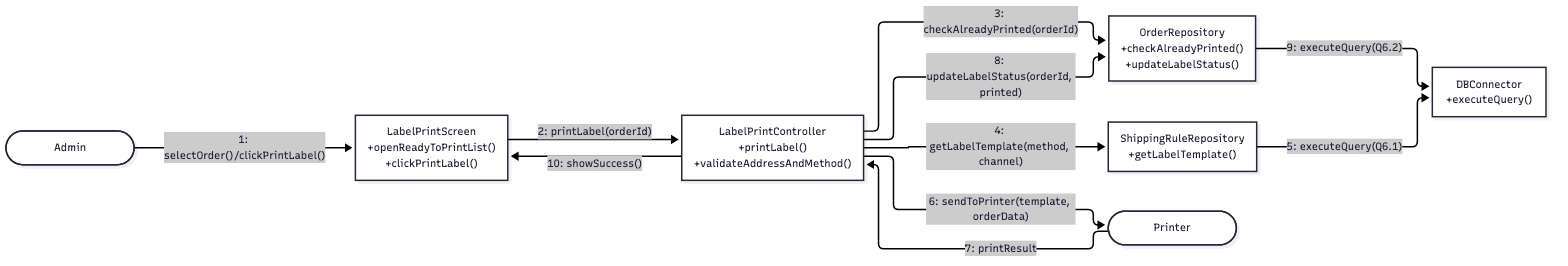
xbpkdi/321-sa-proj keeps this Mermaid diagram as 03-chapter2-use-case-descriptions/diagrams/png/9A-collaboration.png. Above is the earlier version. Its source is kept beside it as 03-chapter2-use-case-descriptions/diagrams/mmd/9A-collaboration.mmd. The source it was exported from:
```mermaid
%%{init: {'flowchart': {'nodeSpacing': 50, 'rankSpacing': 90, 'curve': 'linear'}}}%%
graph LR
    Admin(["Admin"])
    Screen["LabelPrintScreen<br/>+openReadyToPrintList()<br/>+clickPrintLabel()"]
    LPC["LabelPrintController<br/>+printLabel()<br/>+validateAddressAndMethod()"]
    RuleRepo["ShippingRuleRepository<br/>+getLabelTemplate()"]
    OrderRepo["OrderRepository<br/>+checkAlreadyPrinted()<br/>+updateLabelStatus()"]
    DB["DBConnector<br/>+executeQuery()"]
    Printer(["Printer"])

    Admin -->|"1: selectOrder()/clickPrintLabel()"| Screen
    Screen -->|"2: printLabel(orderId)"| LPC
    LPC -->|"3: checkAlreadyPrinted(orderId)"| OrderRepo
    LPC -->|"4: getLabelTemplate(method, channel)"| RuleRepo
    RuleRepo -->|"5: executeQuery(Q6.1)"| DB
    LPC -->|"6: sendToPrinter(template, orderData)"| Printer
    Printer -->|"7: printResult"| LPC
    LPC -->|"8: updateLabelStatus(orderId, printed)"| OrderRepo
    OrderRepo -->|"9: executeQuery(Q6.2)"| DB
    LPC -->|"10: showSuccess()"| Screen
```
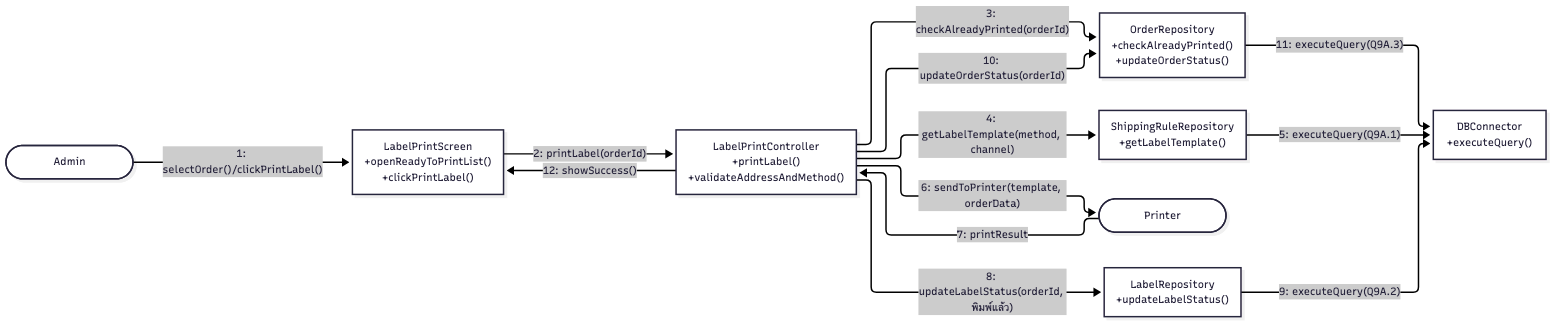
After the change.

What changed in the source:
```diff
@@ -4,7 +4,8 @@
     Screen["LabelPrintScreen<br/>+openReadyToPrintList()<br/>+clickPrintLabel()"]
     LPC["LabelPrintController<br/>+printLabel()<br/>+validateAddressAndMethod()"]
     RuleRepo["ShippingRuleRepository<br/>+getLabelTemplate()"]
-    OrderRepo["OrderRepository<br/>+checkAlreadyPrinted()<br/>+updateLabelStatus()"]
+    OrderRepo["OrderRepository<br/>+checkAlreadyPrinted()<br/>+updateOrderStatus()"]
+    LabelRepo["LabelRepository<br/>+updateLabelStatus()"]
     DB["DBConnector<br/>+executeQuery()"]
     Printer(["Printer"])
 
@@ -12,9 +13,11 @@
     Screen -->|"2: printLabel(orderId)"| LPC
     LPC -->|"3: checkAlreadyPrinted(orderId)"| OrderRepo
     LPC -->|"4: getLabelTemplate(method, channel)"| RuleRepo
-    RuleRepo -->|"5: executeQuery(Q6.1)"| DB
+    RuleRepo -->|"5: executeQuery(Q9A.1)"| DB
     LPC -->|"6: sendToPrinter(template, orderData)"| Printer
     Printer -->|"7: printResult"| LPC
-    LPC -->|"8: updateLabelStatus(orderId, printed)"| OrderRepo
-    OrderRepo -->|"9: executeQuery(Q6.2)"| DB
-    LPC -->|"10: showSuccess()"| Screen
+    LPC -->|"8: updateLabelStatus(orderId, พิมพ์แล้ว)"| LabelRepo
+    LabelRepo -->|"9: executeQuery(Q9A.2)"| DB
+    LPC -->|"10: updateOrderStatus(orderId)"| OrderRepo
+    OrderRepo -->|"11: executeQuery(Q9A.3)"| DB
+    LPC -->|"12: showSuccess()"| Screen
```
